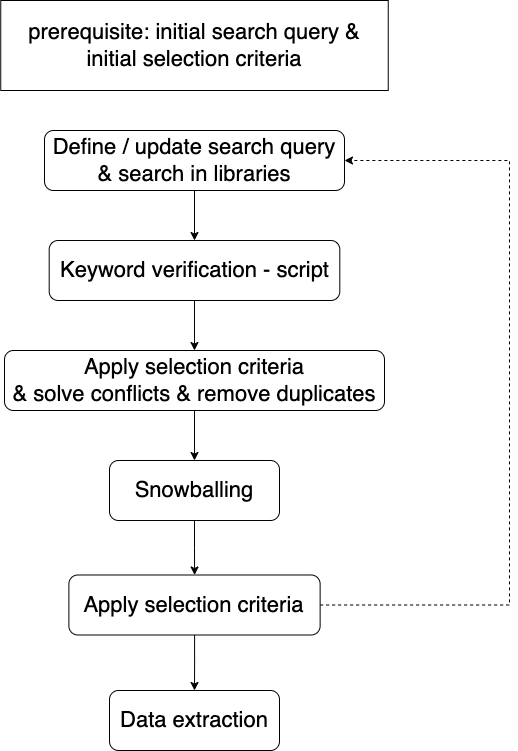
This is flowchart.png from ruizhengu/XR-testing-study, a draw.io export, as it was before one commit. Source tidied: cells renumbered, new cells last; positions are measured from the earlier drawing's top-left corner, leaving out a move shared by most shapes. Its diagram source:
```xml
<mxGraphModel>
  <root>
    <mxCell id="0" />
    <mxCell id="1" parent="0" />
    <mxCell id="2" style="edgeStyle=orthogonalEdgeStyle;rounded=0;jettySize=auto;html=1;" parent="1" edge="1" source="3" target="14">
      <mxGeometry relative="1" as="geometry" />
    </mxCell>
    <mxCell id="3" value="&lt;font style=&quot;font-size: 22px;&quot;&gt;Define / update search query &amp;amp; search in libraries&lt;/font&gt;" style="rounded=1;whiteSpace=wrap;html=1;" parent="1" vertex="1">
      <mxGeometry x="44" y="130" width="300" height="60" as="geometry" />
    </mxCell>
    <mxCell id="4" style="edgeStyle=orthogonalEdgeStyle;rounded=0;jettySize=auto;html=1;" parent="1" edge="1" source="5" target="7">
      <mxGeometry relative="1" as="geometry" />
    </mxCell>
    <mxCell id="5" value="&lt;font style=&quot;font-size: 22px;&quot;&gt;Apply selection criteria&lt;/font&gt;&lt;div&gt;&lt;font style=&quot;font-size: 22px;&quot;&gt;&amp;amp; solve conflicts &amp;amp; remove duplicates&lt;/font&gt;&lt;/div&gt;" style="rounded=1;whiteSpace=wrap;html=1;" parent="1" vertex="1">
      <mxGeometry x="4" y="350" width="380" height="60" as="geometry" />
    </mxCell>
    <mxCell id="6" style="edgeStyle=orthogonalEdgeStyle;rounded=0;jettySize=auto;html=1;" parent="1" edge="1" source="7" target="11">
      <mxGeometry relative="1" as="geometry" />
    </mxCell>
    <mxCell id="7" value="&lt;span style=&quot;font-size: 22px;&quot;&gt;Snowballing&lt;/span&gt;" style="rounded=1;whiteSpace=wrap;html=1;" parent="1" vertex="1">
      <mxGeometry x="109" y="460" width="170" height="60" as="geometry" />
    </mxCell>
    <mxCell id="8" value="&lt;font style=&quot;font-size: 22px;&quot;&gt;prerequisite: initial search query &amp;amp; initial selection criteria&lt;/font&gt;" style="rounded=0;whiteSpace=wrap;html=1;" parent="1" vertex="1">
      <mxGeometry x="0.2" width="387.5" height="90" as="geometry" />
    </mxCell>
    <mxCell id="9" style="edgeStyle=orthogonalEdgeStyle;rounded=0;jettySize=auto;html=1;" parent="1" edge="1" source="11" target="12">
      <mxGeometry relative="1" as="geometry" />
    </mxCell>
    <mxCell id="10" style="edgeStyle=orthogonalEdgeStyle;rounded=0;jettySize=auto;html=1;entryX=1;entryY=0.5;entryDx=0;entryDy=0;dashed=1;" parent="1" edge="1" source="11" target="3">
      <mxGeometry relative="1" as="geometry">
        <Array as="points">
          <mxPoint x="509" y="605" />
          <mxPoint x="509" y="160" />
        </Array>
      </mxGeometry>
    </mxCell>
    <mxCell id="11" value="&lt;font style=&quot;font-size: 22px;&quot;&gt;Apply selection criteria&lt;/font&gt;" style="rounded=1;whiteSpace=wrap;html=1;" parent="1" vertex="1">
      <mxGeometry x="68.4" y="574.5" width="251.2" height="60" as="geometry" />
    </mxCell>
    <mxCell id="12" value="&lt;span style=&quot;font-size: 22px;&quot;&gt;Data extraction&lt;/span&gt;" style="rounded=1;whiteSpace=wrap;html=1;" parent="1" vertex="1">
      <mxGeometry x="109" y="690" width="170" height="60" as="geometry" />
    </mxCell>
    <mxCell id="13" style="edgeStyle=orthogonalEdgeStyle;rounded=0;jettySize=auto;html=1;" parent="1" edge="1" source="14" target="5">
      <mxGeometry relative="1" as="geometry" />
    </mxCell>
    <mxCell id="14" value="&lt;font style=&quot;font-size: 22px;&quot;&gt;Keyword verification - script&lt;/font&gt;" style="rounded=1;whiteSpace=wrap;html=1;" parent="1" vertex="1">
      <mxGeometry x="48.7" y="240" width="290.6" height="60" as="geometry" />
    </mxCell>
  </root>
</mxGraphModel>
```
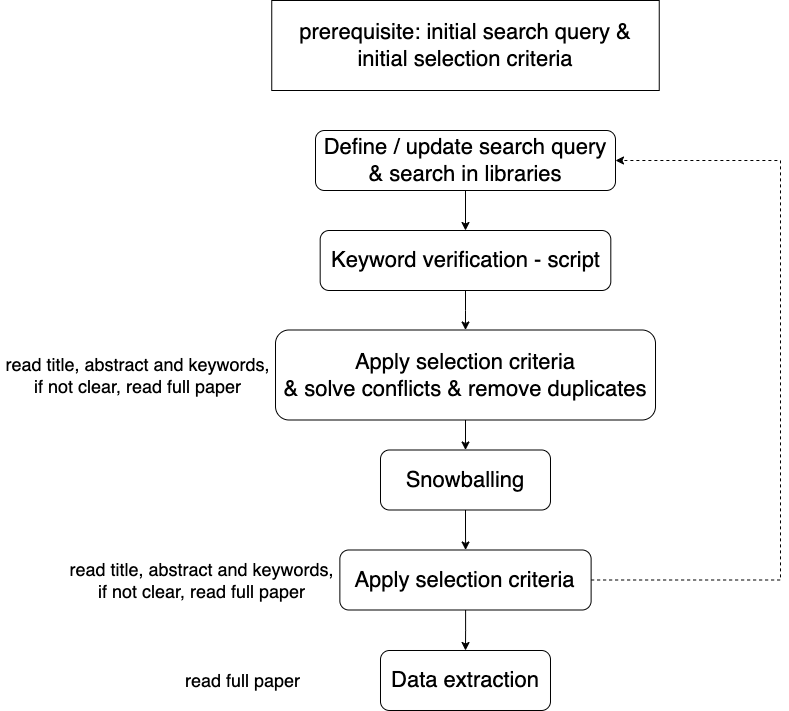
After the commit.

Commit message:
update flow chart

The edit, as a diff of the source:
```diff
@@ -12,13 +12,13 @@
       <mxGeometry relative="1" as="geometry" />
     </mxCell>
     <mxCell id="5" value="&lt;font style=&quot;font-size: 22px;&quot;&gt;Apply selection criteria&lt;/font&gt;&lt;div&gt;&lt;font style=&quot;font-size: 22px;&quot;&gt;&amp;amp; solve conflicts &amp;amp; remove duplicates&lt;/font&gt;&lt;/div&gt;" style="rounded=1;whiteSpace=wrap;html=1;" parent="1" vertex="1">
-      <mxGeometry x="4" y="350" width="380" height="60" as="geometry" />
+      <mxGeometry x="4" y="329.5" width="380" height="90" as="geometry" />
     </mxCell>
     <mxCell id="6" style="edgeStyle=orthogonalEdgeStyle;rounded=0;jettySize=auto;html=1;" parent="1" edge="1" source="7" target="11">
       <mxGeometry relative="1" as="geometry" />
     </mxCell>
     <mxCell id="7" value="&lt;span style=&quot;font-size: 22px;&quot;&gt;Snowballing&lt;/span&gt;" style="rounded=1;whiteSpace=wrap;html=1;" parent="1" vertex="1">
-      <mxGeometry x="109" y="460" width="170" height="60" as="geometry" />
+      <mxGeometry x="109" y="449.5" width="170" height="60" as="geometry" />
     </mxCell>
     <mxCell id="8" value="&lt;font style=&quot;font-size: 22px;&quot;&gt;prerequisite: initial search query &amp;amp; initial selection criteria&lt;/font&gt;" style="rounded=0;whiteSpace=wrap;html=1;" parent="1" vertex="1">
       <mxGeometry x="0.2" width="387.5" height="90" as="geometry" />
@@ -29,22 +29,31 @@
     <mxCell id="10" style="edgeStyle=orthogonalEdgeStyle;rounded=0;jettySize=auto;html=1;entryX=1;entryY=0.5;entryDx=0;entryDy=0;dashed=1;" parent="1" edge="1" source="11" target="3">
       <mxGeometry relative="1" as="geometry">
         <Array as="points">
-          <mxPoint x="509" y="605" />
+          <mxPoint x="509" y="580" />
           <mxPoint x="509" y="160" />
         </Array>
       </mxGeometry>
     </mxCell>
     <mxCell id="11" value="&lt;font style=&quot;font-size: 22px;&quot;&gt;Apply selection criteria&lt;/font&gt;" style="rounded=1;whiteSpace=wrap;html=1;" parent="1" vertex="1">
-      <mxGeometry x="68.4" y="574.5" width="251.2" height="60" as="geometry" />
+      <mxGeometry x="68.4" y="549.5" width="251.2" height="60" as="geometry" />
     </mxCell>
     <mxCell id="12" value="&lt;span style=&quot;font-size: 22px;&quot;&gt;Data extraction&lt;/span&gt;" style="rounded=1;whiteSpace=wrap;html=1;" parent="1" vertex="1">
-      <mxGeometry x="109" y="690" width="170" height="60" as="geometry" />
+      <mxGeometry x="109" y="650" width="170" height="60" as="geometry" />
     </mxCell>
     <mxCell id="13" style="edgeStyle=orthogonalEdgeStyle;rounded=0;jettySize=auto;html=1;" parent="1" edge="1" source="14" target="5">
       <mxGeometry relative="1" as="geometry" />
     </mxCell>
     <mxCell id="14" value="&lt;font style=&quot;font-size: 22px;&quot;&gt;Keyword verification - script&lt;/font&gt;" style="rounded=1;whiteSpace=wrap;html=1;" parent="1" vertex="1">
-      <mxGeometry x="48.7" y="240" width="290.6" height="60" as="geometry" />
+      <mxGeometry x="48.7" y="230" width="290.6" height="60" as="geometry" />
     </mxCell>
+    <mxCell id="15" value="&lt;font style=&quot;font-size: 18px;&quot;&gt;read title, abstract and keywords, if not clear, read full paper&lt;/font&gt;" style="text;html=1;align=center;verticalAlign=middle;whiteSpace=wrap;rounded=0;" parent="1" vertex="1">
+      <mxGeometry x="-271" y="349.5" width="275" height="50" as="geometry" />
+    </mxCell>
+    <mxCell id="16" value="&lt;font style=&quot;font-size: 18px;&quot;&gt;read title, abstract and keywords, if not clear, read full paper&lt;/font&gt;" style="text;html=1;align=center;verticalAlign=middle;whiteSpace=wrap;rounded=0;" parent="1" vertex="1">
+      <mxGeometry x="-206.6" y="554.5" width="275" height="50" as="geometry" />
+    </mxCell>
+    <mxCell id="17" value="&lt;font style=&quot;font-size: 18px;&quot;&gt;read full paper&lt;/font&gt;" style="text;html=1;align=center;verticalAlign=middle;whiteSpace=wrap;rounded=0;" parent="1" vertex="1">
+      <mxGeometry x="-166" y="655" width="275" height="50" as="geometry" />
+    </mxCell>
   </root>
 </mxGraphModel>
```
